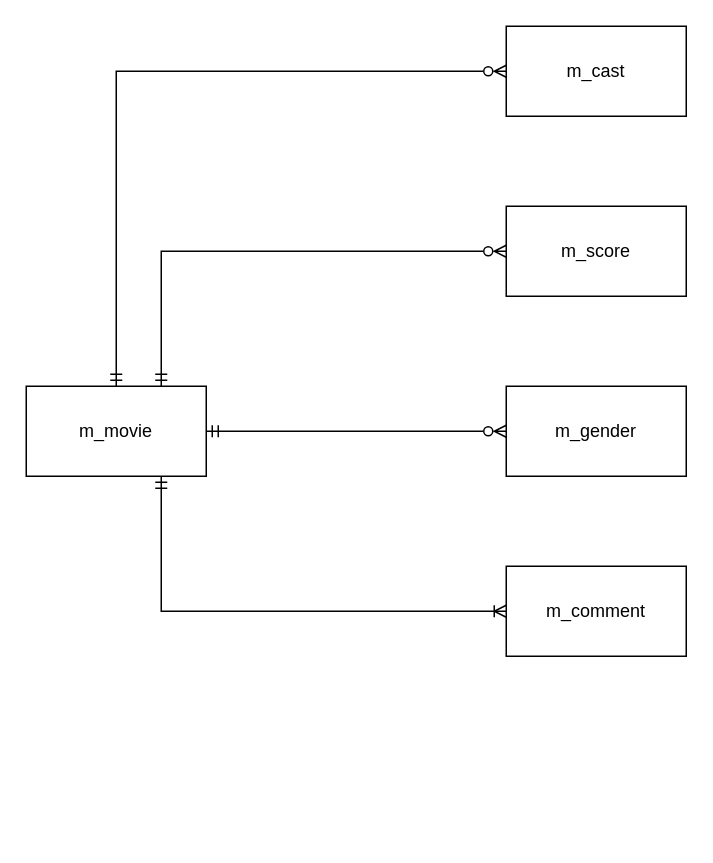
Above: PROJECT/5th/database/project_movie.drawio in duck-b/ai_bigdata (draw.io), before the change. Source tidied: cells renumbered, new cells numbered last; positions are measured from the earlier drawing's top-left corner, leaving out a move shared by most shapes. Both pictures are drawn from the tidied source at 150%, with x=0, y=0 at pixel (26, 26).
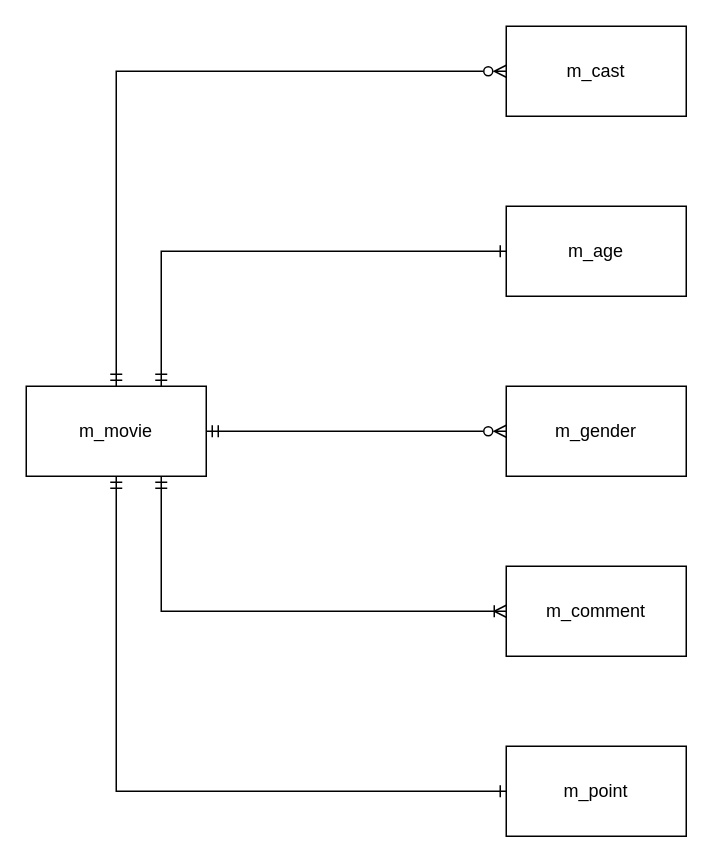
Above is the later version.

What changed in the source:
```diff
@@
 <mxGraphModel>
   <root>
     <mxCell id="0" />
     <mxCell id="1" parent="0" />
     <mxCell id="2" value="m_movie" style="rounded=0;whiteSpace=wrap;html=1;" parent="1" vertex="1">
       <mxGeometry y="240" width="120" height="60" as="geometry" />
     </mxCell>
-    <mxCell id="3" value="m_score" style="rounded=0;whiteSpace=wrap;html=1;" parent="1" vertex="1">
+    <mxCell id="3" value="m_age" style="rounded=0;whiteSpace=wrap;html=1;" parent="1" vertex="1">
       <mxGeometry x="320" y="120" width="120" height="60" as="geometry" />
     </mxCell>
     <mxCell id="4" value="m_gender" style="rounded=0;whiteSpace=wrap;html=1;" parent="1" vertex="1">
       <mxGeometry x="320" y="240" width="120" height="60" as="geometry" />
     </mxCell>
     <mxCell id="5" value="m_cast" style="rounded=0;whiteSpace=wrap;html=1;" parent="1" vertex="1">
       <mxGeometry x="320" width="120" height="60" as="geometry" />
     </mxCell>
     <mxCell id="6" value="m_comment" style="rounded=0;whiteSpace=wrap;html=1;" parent="1" vertex="1">
       <mxGeometry x="320" y="360" width="120" height="60" as="geometry" />
     </mxCell>
     <mxCell id="7" style="endArrow=ERzeroToMany;html=1;rounded=0;exitX=1;exitY=0.5;exitDx=0;exitDy=0;entryX=0;entryY=0.5;entryDx=0;entryDy=0;startArrow=ERmandOne;startFill=0;endFill=0;" parent="1" edge="1" source="2" target="4">
       <mxGeometry relative="1" as="geometry" />
     </mxCell>
-    <mxCell id="8" style="endArrow=ERzeroToMany;html=1;rounded=0;exitX=0.75;exitY=0;exitDx=0;exitDy=0;entryX=0;entryY=0.5;entryDx=0;entryDy=0;startArrow=ERmandOne;startFill=0;endFill=0;" parent="1" edge="1" source="2" target="3">
+    <mxCell id="8" style="endArrow=ERone;html=1;rounded=0;exitX=0.75;exitY=0;exitDx=0;exitDy=0;entryX=0;entryY=0.5;entryDx=0;entryDy=0;startArrow=ERmandOne;startFill=0;endFill=0;" parent="1" edge="1" source="2" target="3">
       <mxGeometry relative="1" as="geometry">
         <Array as="points">
           <mxPoint x="90" y="150" />
         </Array>
       </mxGeometry>
     </mxCell>
     <mxCell id="9" style="endArrow=ERzeroToMany;html=1;rounded=0;exitX=0.5;exitY=0;exitDx=0;exitDy=0;entryX=0;entryY=0.5;entryDx=0;entryDy=0;startArrow=ERmandOne;startFill=0;endFill=0;" parent="1" edge="1" source="2" target="5">
       <mxGeometry relative="1" as="geometry">
         <Array as="points">
           <mxPoint x="60" y="30" />
         </Array>
       </mxGeometry>
     </mxCell>
     <mxCell id="10" style="endArrow=ERoneToMany;html=1;rounded=0;exitX=0.75;exitY=1;exitDx=0;exitDy=0;entryX=0;entryY=0.5;entryDx=0;entryDy=0;startArrow=ERmandOne;startFill=0;endFill=0;" parent="1" edge="1" source="2" target="6">
       <mxGeometry relative="1" as="geometry">
         <Array as="points">
           <mxPoint x="90" y="390" />
         </Array>
       </mxGeometry>
     </mxCell>
+    <mxCell id="11" value="m_point" style="rounded=0;whiteSpace=wrap;html=1;" parent="1" vertex="1">
+      <mxGeometry x="320" y="480" width="120" height="60" as="geometry" />
+    </mxCell>
+    <mxCell id="12" style="endArrow=ERone;html=1;rounded=0;exitX=0.5;exitY=1;exitDx=0;exitDy=0;entryX=0;entryY=0.5;entryDx=0;entryDy=0;startArrow=ERmandOne;startFill=0;endFill=0;" parent="1" edge="1" source="2">
+      <mxGeometry relative="1" as="geometry">
+        <mxPoint x="320" y="510" as="targetPoint" />
+        <Array as="points">
+          <mxPoint x="60" y="510" />
+        </Array>
+      </mxGeometry>
+    </mxCell>
   </root>
 </mxGraphModel>
```
